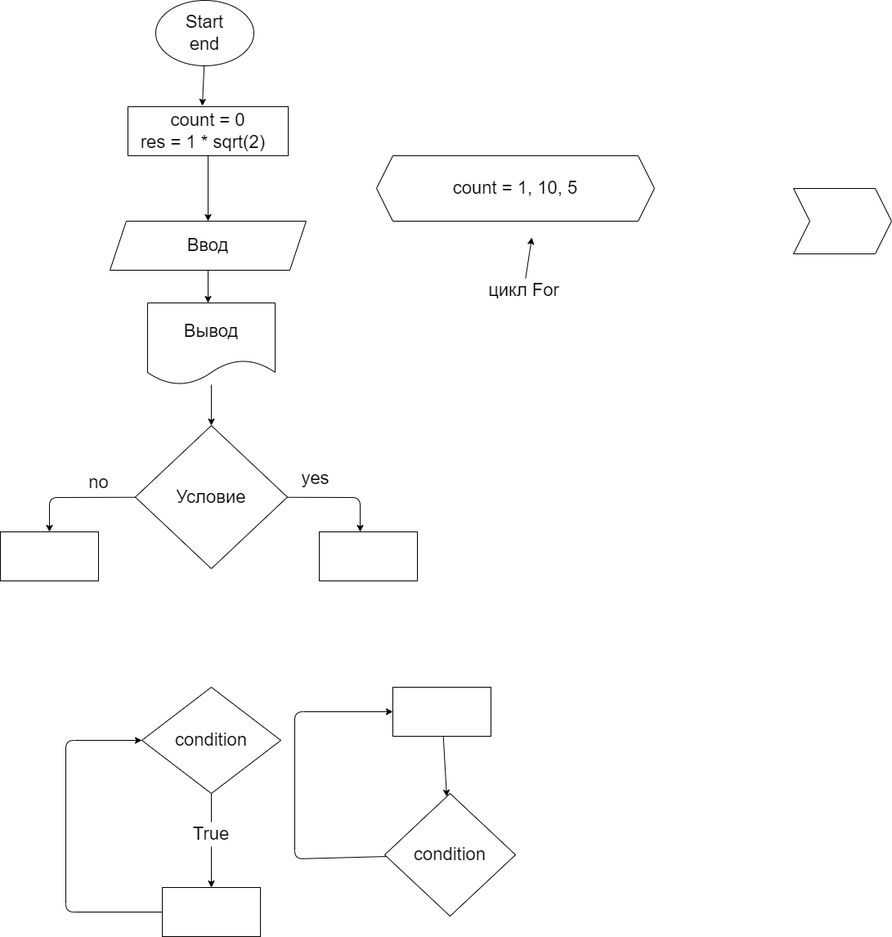
Before: ex000.drawio.png, a diagram exported from draw.io (Ingwaripi/practice-_temp). Source tidied: cells renumbered, new cells last; positions are measured from the earlier drawing's top-left corner, leaving out a move shared by most shapes.
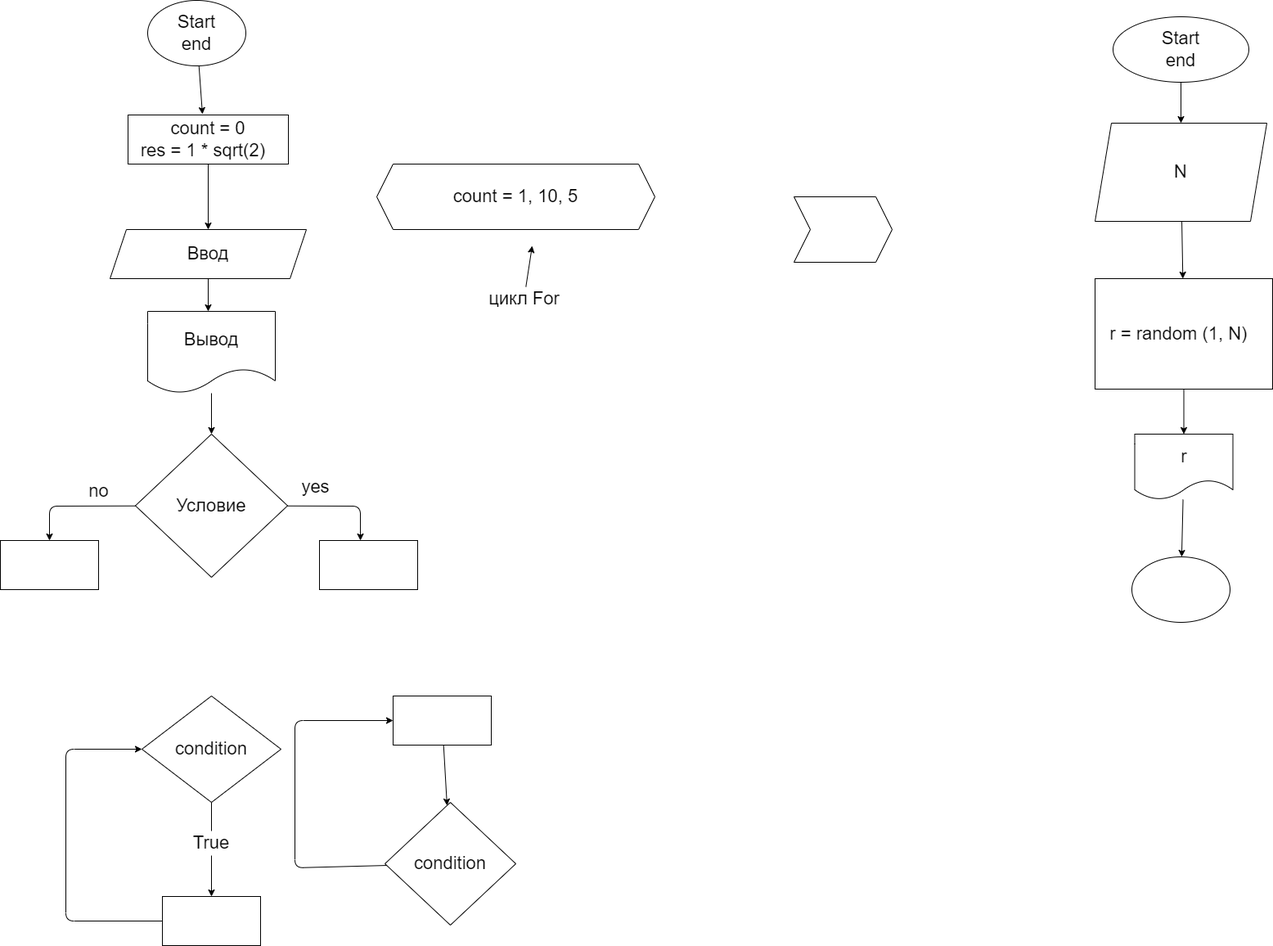
After the change.

The edit, as a diff of the source:
```diff
@@ -5,8 +5,8 @@
     <mxCell id="2" style="edgeStyle=none;html=1;entryX=0.464;entryY=-0.017;entryDx=0;entryDy=0;entryPerimeter=0;fontSize=22;" parent="1" edge="1" source="3" target="5">
       <mxGeometry relative="1" as="geometry" />
     </mxCell>
-    <mxCell id="3" value="Start&lt;br&gt;end" style="ellipse;whiteSpace=wrap;html=1;fontSize=22;" parent="1" vertex="1">
-      <mxGeometry x="190" width="120" height="80" as="geometry" />
+    <mxCell id="3" value="Start&lt;br&gt;end" style="ellipse;whiteSpace=wrap;html=1;fontSize=22;direction=west;" parent="1" vertex="1">
+      <mxGeometry x="180" y="-10" width="120" height="80" as="geometry" />
     </mxCell>
     <mxCell id="4" style="edgeStyle=none;html=1;fontSize=22;" parent="1" edge="1" source="5">
       <mxGeometry relative="1" as="geometry">
@@ -113,5 +113,34 @@
     <mxCell id="30" style="shape=step;perimeter=stepPerimeter;whiteSpace=wrap;html=1;fixedSize=1;fontSize=22;" parent="1" vertex="1">
       <mxGeometry x="970" y="230" width="120" height="80" as="geometry" />
     </mxCell>
+    <mxCell id="31" style="edgeStyle=none;html=1;fontSize=22;" parent="1" edge="1" source="32">
+      <mxGeometry relative="1" as="geometry">
+        <mxPoint x="1443" y="140" as="targetPoint" />
+      </mxGeometry>
+    </mxCell>
+    <mxCell id="32" value="Start&lt;br&gt;end" style="ellipse;whiteSpace=wrap;html=1;fontSize=22;direction=west;" parent="1" vertex="1">
+      <mxGeometry x="1360" y="10" width="166" height="80" as="geometry" />
+    </mxCell>
+    <mxCell id="33" style="edgeStyle=none;html=1;fontSize=22;" parent="1" edge="1" source="34" target="36">
+      <mxGeometry relative="1" as="geometry" />
+    </mxCell>
+    <mxCell id="34" value="N" style="shape=parallelogram;perimeter=parallelogramPerimeter;whiteSpace=wrap;html=1;fixedSize=1;fontSize=22;" parent="1" vertex="1">
+      <mxGeometry x="1338" y="140" width="210" height="120" as="geometry" />
+    </mxCell>
+    <mxCell id="35" style="edgeStyle=none;html=1;fontSize=22;" parent="1" edge="1" source="36" target="38">
+      <mxGeometry relative="1" as="geometry" />
+    </mxCell>
+    <mxCell id="36" value="r = random (1, N)&amp;nbsp;&amp;nbsp;" style="rounded=0;whiteSpace=wrap;html=1;fontSize=22;" parent="1" vertex="1">
+      <mxGeometry x="1338" y="330" width="217" height="135" as="geometry" />
+    </mxCell>
+    <mxCell id="37" style="edgeStyle=none;html=1;fontSize=22;" parent="1" edge="1" source="38" target="39">
+      <mxGeometry relative="1" as="geometry" />
+    </mxCell>
+    <mxCell id="38" value="r" style="shape=document;whiteSpace=wrap;html=1;boundedLbl=1;fontSize=22;" parent="1" vertex="1">
+      <mxGeometry x="1386.5" y="520" width="120" height="80" as="geometry" />
+    </mxCell>
+    <mxCell id="39" style="ellipse;whiteSpace=wrap;html=1;fontSize=22;" parent="1" vertex="1">
+      <mxGeometry x="1383" y="670" width="120" height="80" as="geometry" />
+    </mxCell>
   </root>
 </mxGraphModel>
```
